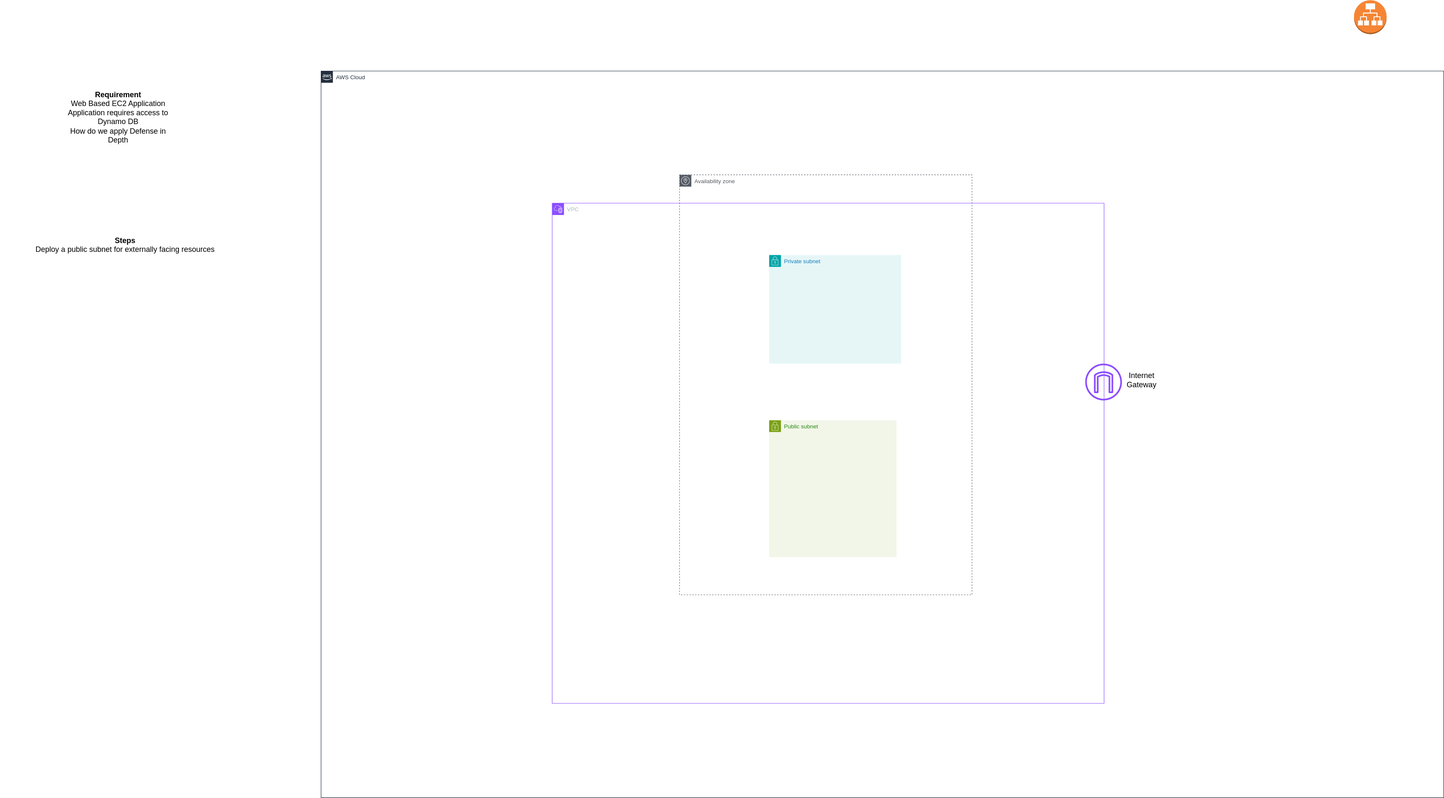
Above: AWS-Scenario1.svg in jeriljon/aws-design (draw.io), before the change. Source tidied: cells renumbered, new cells last; positions are measured from the earlier drawing's top-left corner, leaving out a move shared by most shapes. Its diagram source:
```xml
<mxGraphModel>
  <root>
    <mxCell id="0" />
    <mxCell id="1" parent="0" />
    <mxCell id="2" value="&lt;b&gt;&lt;font style=&quot;font-size: 16px;&quot;&gt;Requirement&lt;/font&gt;&lt;/b&gt;&lt;div&gt;&lt;font style=&quot;font-size: 16px;&quot;&gt;Web Based EC2 Application&lt;/font&gt;&lt;/div&gt;&lt;div&gt;&lt;font style=&quot;font-size: 16px;&quot;&gt;Application requires access to Dynamo DB&lt;/font&gt;&lt;/div&gt;&lt;div&gt;&lt;font style=&quot;font-size: 16px;&quot;&gt;How do we apply Defense in Depth&lt;/font&gt;&lt;/div&gt;&lt;div&gt;&amp;nbsp;&lt;/div&gt;" style="text;html=1;whiteSpace=wrap;strokeColor=none;fillColor=none;align=center;verticalAlign=middle;rounded=0;" parent="1" vertex="1">
      <mxGeometry x="130" y="190" width="240" height="130" as="geometry" />
    </mxCell>
    <mxCell id="3" value="&lt;b&gt;&lt;font style=&quot;font-size: 16px;&quot;&gt;Steps&lt;/font&gt;&lt;/b&gt;&lt;div&gt;&lt;font style=&quot;font-size: 16px;&quot;&gt;Deploy a public subnet for externally facing resources&lt;/font&gt;&lt;/div&gt;&lt;div&gt;&lt;font style=&quot;font-size: 16px;&quot;&gt;&lt;br&gt;&lt;/font&gt;&lt;/div&gt;&lt;div&gt;&lt;br&gt;&lt;/div&gt;" style="text;html=1;whiteSpace=wrap;strokeColor=none;fillColor=none;align=center;verticalAlign=middle;rounded=0;" parent="1" vertex="1">
      <mxGeometry y="420" width="530" height="230" as="geometry" />
    </mxCell>
    <mxCell id="4" value="AWS Cloud" style="gradientColor=none;html=1;whiteSpace=wrap;fontSize=12;fontStyle=0;shape=mxgraph.aws4.group;grIcon=mxgraph.aws4.group_aws_cloud_alt;strokeColor=#232F3E;fillColor=none;verticalAlign=top;align=left;spacingLeft=30;fontColor=#232F3E;dashed=0;" parent="1" vertex="1">
      <mxGeometry x="680" y="150" width="2380" height="1540" as="geometry" />
    </mxCell>
    <mxCell id="5" value="VPC" style="gradientColor=none;html=1;whiteSpace=wrap;fontSize=12;fontStyle=0;shape=mxgraph.aws4.group;grIcon=mxgraph.aws4.group_vpc2;strokeColor=#8C4FFF;fillColor=none;verticalAlign=top;align=left;spacingLeft=30;fontColor=#AAB7B8;dashed=0;" parent="4" vertex="1">
      <mxGeometry x="490" y="280" width="1170" height="1060" as="geometry" />
    </mxCell>
    <mxCell id="6" value="Public subnet" style="gradientColor=none;html=1;whiteSpace=wrap;fontSize=12;fontStyle=0;shape=mxgraph.aws4.group;grIcon=mxgraph.aws4.group_security_group;grStroke=0;strokeColor=#7AA116;fillColor=#F2F6E8;verticalAlign=top;align=left;spacingLeft=30;fontColor=#248814;dashed=0;" parent="5" vertex="1">
      <mxGeometry x="460" y="460" width="270" height="290" as="geometry" />
    </mxCell>
    <mxCell id="7" value="Private subnet" style="gradientColor=none;html=1;whiteSpace=wrap;fontSize=12;fontStyle=0;shape=mxgraph.aws4.group;grIcon=mxgraph.aws4.group_security_group;grStroke=0;strokeColor=#00A4A6;fillColor=#E6F6F7;verticalAlign=top;align=left;spacingLeft=30;fontColor=#147EBA;dashed=0;" parent="5" vertex="1">
      <mxGeometry x="460" y="110" width="280" height="230" as="geometry" />
    </mxCell>
    <mxCell id="8" value="Availability zone" style="sketch=0;gradientColor=none;html=1;whiteSpace=wrap;fontSize=12;fontStyle=0;shape=mxgraph.aws4.group;grIcon=mxgraph.aws4.group_availability_zone;strokeColor=#545B64;fillColor=none;verticalAlign=top;align=left;spacingLeft=30;fontColor=#545B64;dashed=1;" parent="5" vertex="1">
      <mxGeometry x="270" y="-60" width="620" height="890" as="geometry" />
    </mxCell>
    <mxCell id="9" value="&lt;font style=&quot;font-size: 16px;&quot;&gt;Internet Gateway&lt;/font&gt;" style="text;html=1;whiteSpace=wrap;strokeColor=none;fillColor=none;align=center;verticalAlign=middle;rounded=0;" parent="4" vertex="1">
      <mxGeometry x="1710" y="640" width="60" height="30" as="geometry" />
    </mxCell>
    <mxCell id="10" style="dashed=0;verticalLabelPosition=bottom;verticalAlign=top;align=center;html=1;shape=mxgraph.aws3.application_load_balancer;fillColor=#F58534;gradientColor=none;" parent="1" vertex="1">
      <mxGeometry x="2870" width="69" height="72" as="geometry" />
    </mxCell>
    <mxCell id="11" style="sketch=0;fontColor=#232F3E;gradientColor=none;fillColor=#8C4FFF;strokeColor=none;dashed=0;verticalLabelPosition=bottom;verticalAlign=top;align=center;html=1;fontSize=12;fontStyle=0;shape=mxgraph.aws4.internet_gateway;" parent="1" vertex="1">
      <mxGeometry x="2300" y="770" width="78" height="78" as="geometry" />
    </mxCell>
  </root>
</mxGraphModel>
```
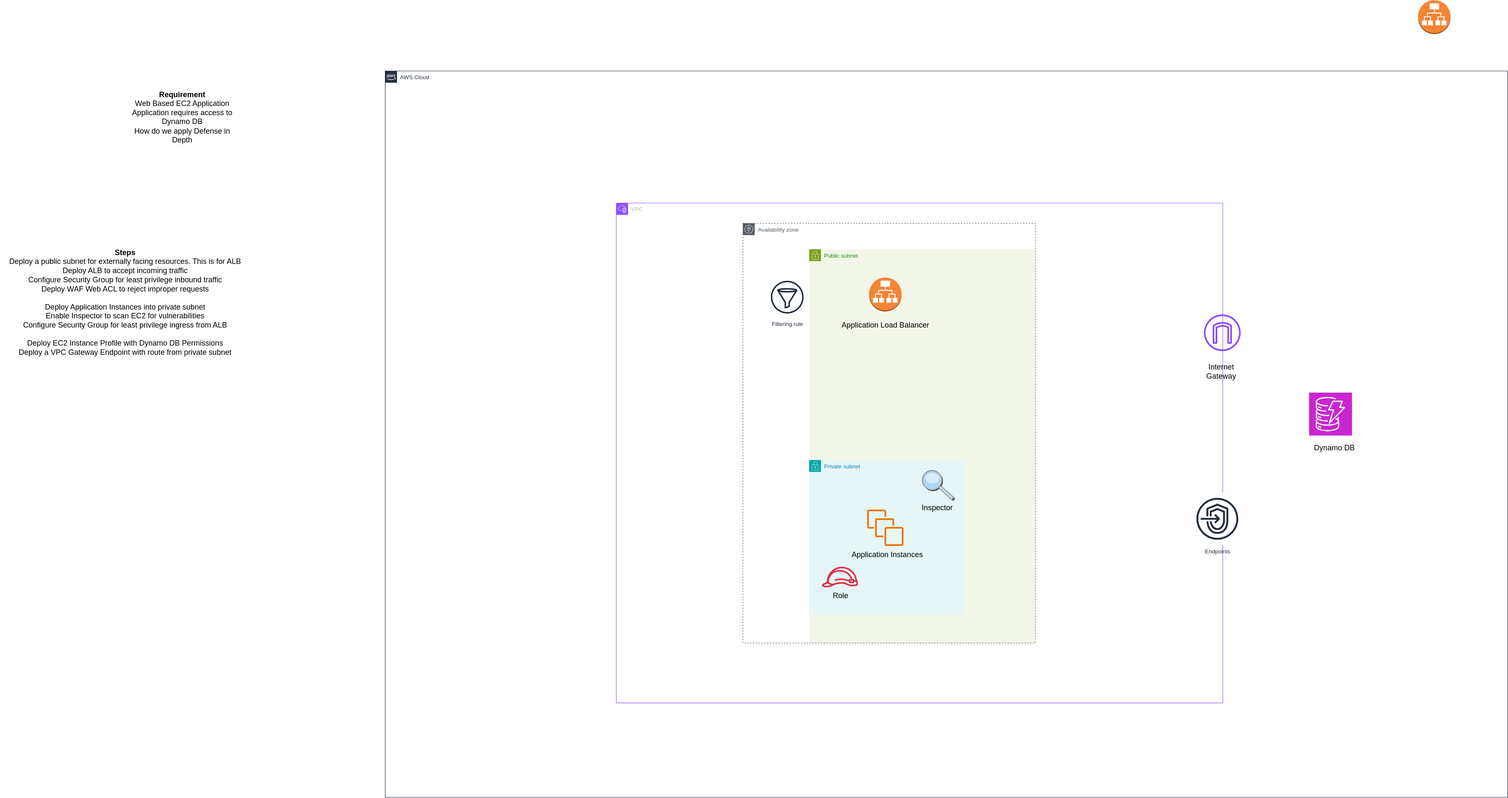
After the commit.

What changed in the source:
```diff
@@ -5,32 +5,68 @@
     <mxCell id="2" value="&lt;b&gt;&lt;font style=&quot;font-size: 16px;&quot;&gt;Requirement&lt;/font&gt;&lt;/b&gt;&lt;div&gt;&lt;font style=&quot;font-size: 16px;&quot;&gt;Web Based EC2 Application&lt;/font&gt;&lt;/div&gt;&lt;div&gt;&lt;font style=&quot;font-size: 16px;&quot;&gt;Application requires access to Dynamo DB&lt;/font&gt;&lt;/div&gt;&lt;div&gt;&lt;font style=&quot;font-size: 16px;&quot;&gt;How do we apply Defense in Depth&lt;/font&gt;&lt;/div&gt;&lt;div&gt;&amp;nbsp;&lt;/div&gt;" style="text;html=1;whiteSpace=wrap;strokeColor=none;fillColor=none;align=center;verticalAlign=middle;rounded=0;" parent="1" vertex="1">
       <mxGeometry x="130" y="190" width="240" height="130" as="geometry" />
     </mxCell>
-    <mxCell id="3" value="&lt;b&gt;&lt;font style=&quot;font-size: 16px;&quot;&gt;Steps&lt;/font&gt;&lt;/b&gt;&lt;div&gt;&lt;font style=&quot;font-size: 16px;&quot;&gt;Deploy a public subnet for externally facing resources&lt;/font&gt;&lt;/div&gt;&lt;div&gt;&lt;font style=&quot;font-size: 16px;&quot;&gt;&lt;br&gt;&lt;/font&gt;&lt;/div&gt;&lt;div&gt;&lt;br&gt;&lt;/div&gt;" style="text;html=1;whiteSpace=wrap;strokeColor=none;fillColor=none;align=center;verticalAlign=middle;rounded=0;" parent="1" vertex="1">
-      <mxGeometry y="420" width="530" height="230" as="geometry" />
+    <mxCell id="3" value="&lt;b&gt;&lt;font style=&quot;font-size: 16px;&quot;&gt;Steps&lt;/font&gt;&lt;/b&gt;&lt;div&gt;&lt;font style=&quot;font-size: 16px;&quot;&gt;Deploy a public subnet for externally facing resources. This is for ALB&lt;/font&gt;&lt;/div&gt;&lt;div&gt;&lt;font style=&quot;font-size: 16px;&quot;&gt;Deploy ALB to accept incoming traffic&lt;/font&gt;&lt;/div&gt;&lt;div&gt;&lt;font style=&quot;font-size: 16px;&quot;&gt;Configure Security Group for least privilege inbound traffic&lt;/font&gt;&lt;/div&gt;&lt;div&gt;&lt;font style=&quot;font-size: 16px;&quot;&gt;Deploy WAF Web ACL to reject improper requests&lt;/font&gt;&lt;/div&gt;&lt;div&gt;&lt;font style=&quot;font-size: 16px;&quot;&gt;&lt;br&gt;&lt;/font&gt;&lt;/div&gt;&lt;div&gt;&lt;font style=&quot;font-size: 16px;&quot;&gt;Deploy Application Instances into private subnet&lt;/font&gt;&lt;/div&gt;&lt;div&gt;&lt;font style=&quot;font-size: 16px;&quot;&gt;Enable Inspector to scan EC2 for vulnerabilities&lt;/font&gt;&lt;/div&gt;&lt;div&gt;&lt;font style=&quot;font-size: 16px;&quot;&gt;Configure Security Group for least privilege ingress from ALB&lt;/font&gt;&lt;/div&gt;&lt;div&gt;&lt;font style=&quot;font-size: 16px;&quot;&gt;&lt;br&gt;&lt;/font&gt;&lt;/div&gt;&lt;div&gt;&lt;font style=&quot;font-size: 16px;&quot;&gt;Deploy EC2 Instance Profile with Dynamo DB Permissions&lt;/font&gt;&lt;/div&gt;&lt;div&gt;&lt;font style=&quot;font-size: 16px;&quot;&gt;Deploy a VPC Gateway Endpoint with route from private subnet&lt;/font&gt;&lt;/div&gt;&lt;div&gt;&lt;font style=&quot;font-size: 16px;&quot;&gt;&lt;br&gt;&lt;/font&gt;&lt;/div&gt;&lt;div&gt;&lt;font style=&quot;font-size: 16px;&quot;&gt;&lt;br&gt;&lt;/font&gt;&lt;/div&gt;&lt;div&gt;&lt;br&gt;&lt;/div&gt;" style="text;html=1;whiteSpace=wrap;strokeColor=none;fillColor=none;align=center;verticalAlign=middle;rounded=0;" parent="1" vertex="1">
+      <mxGeometry x="-136" y="444" width="530" height="446" as="geometry" />
     </mxCell>
     <mxCell id="4" value="AWS Cloud" style="gradientColor=none;html=1;whiteSpace=wrap;fontSize=12;fontStyle=0;shape=mxgraph.aws4.group;grIcon=mxgraph.aws4.group_aws_cloud_alt;strokeColor=#232F3E;fillColor=none;verticalAlign=top;align=left;spacingLeft=30;fontColor=#232F3E;dashed=0;" parent="1" vertex="1">
       <mxGeometry x="680" y="150" width="2380" height="1540" as="geometry" />
     </mxCell>
     <mxCell id="5" value="VPC" style="gradientColor=none;html=1;whiteSpace=wrap;fontSize=12;fontStyle=0;shape=mxgraph.aws4.group;grIcon=mxgraph.aws4.group_vpc2;strokeColor=#8C4FFF;fillColor=none;verticalAlign=top;align=left;spacingLeft=30;fontColor=#AAB7B8;dashed=0;" parent="4" vertex="1">
-      <mxGeometry x="490" y="280" width="1170" height="1060" as="geometry" />
+      <mxGeometry x="490" y="280" width="1286" height="1060" as="geometry" />
     </mxCell>
     <mxCell id="6" value="Public subnet" style="gradientColor=none;html=1;whiteSpace=wrap;fontSize=12;fontStyle=0;shape=mxgraph.aws4.group;grIcon=mxgraph.aws4.group_security_group;grStroke=0;strokeColor=#7AA116;fillColor=#F2F6E8;verticalAlign=top;align=left;spacingLeft=30;fontColor=#248814;dashed=0;" parent="5" vertex="1">
-      <mxGeometry x="460" y="460" width="270" height="290" as="geometry" />
+      <mxGeometry x="409" y="98" width="479.5" height="835" as="geometry" />
     </mxCell>
+    <mxCell id="12" style="dashed=0;verticalLabelPosition=bottom;verticalAlign=top;align=center;html=1;shape=mxgraph.aws3.application_load_balancer;fillColor=#F58536;gradientColor=none;" parent="6" vertex="1">
+      <mxGeometry x="127" y="60" width="69" height="72" as="geometry" />
+    </mxCell>
+    <mxCell id="13" value="&lt;font style=&quot;font-size: 16px;&quot;&gt;Application Load Balancer&lt;/font&gt;" style="text;html=1;whiteSpace=wrap;strokeColor=none;fillColor=none;align=center;verticalAlign=middle;rounded=0;" parent="6" vertex="1">
+      <mxGeometry x="62.5" y="143.5" width="198" height="34" as="geometry" />
+    </mxCell>
+    <mxCell id="8" value="Availability zone" style="sketch=0;gradientColor=none;html=1;whiteSpace=wrap;fontSize=12;fontStyle=0;shape=mxgraph.aws4.group;grIcon=mxgraph.aws4.group_availability_zone;strokeColor=#545B64;fillColor=none;verticalAlign=top;align=left;spacingLeft=30;fontColor=#545B64;dashed=1;" parent="6" vertex="1">
+      <mxGeometry x="-140.5" y="-55" width="620" height="890" as="geometry" />
+    </mxCell>
     <mxCell id="7" value="Private subnet" style="gradientColor=none;html=1;whiteSpace=wrap;fontSize=12;fontStyle=0;shape=mxgraph.aws4.group;grIcon=mxgraph.aws4.group_security_group;grStroke=0;strokeColor=#00A4A6;fillColor=#E6F6F7;verticalAlign=top;align=left;spacingLeft=30;fontColor=#147EBA;dashed=0;" parent="5" vertex="1">
-      <mxGeometry x="460" y="110" width="280" height="230" as="geometry" />
+      <mxGeometry x="409" y="545" width="331" height="328" as="geometry" />
     </mxCell>
-    <mxCell id="8" value="Availability zone" style="sketch=0;gradientColor=none;html=1;whiteSpace=wrap;fontSize=12;fontStyle=0;shape=mxgraph.aws4.group;grIcon=mxgraph.aws4.group_availability_zone;strokeColor=#545B64;fillColor=none;verticalAlign=top;align=left;spacingLeft=30;fontColor=#545B64;dashed=1;" parent="5" vertex="1">
-      <mxGeometry x="270" y="-60" width="620" height="890" as="geometry" />
-    </mxCell>
+    <mxCell id="14" style="sketch=0;fontColor=#232F3E;gradientColor=none;fillColor=#ED7100;strokeColor=none;dashed=0;verticalLabelPosition=bottom;verticalAlign=top;align=center;html=1;fontSize=12;fontStyle=0;shape=mxgraph.aws4.instances;" parent="7" vertex="1">
+      <mxGeometry x="123" y="105" width="77" height="77" as="geometry" />
+    </mxCell>
+    <mxCell id="15" value="&lt;font style=&quot;font-size: 16px;&quot;&gt;Application Instances&lt;/font&gt;" style="text;html=1;whiteSpace=wrap;strokeColor=none;fillColor=none;align=center;verticalAlign=middle;rounded=0;" parent="7" vertex="1">
+      <mxGeometry x="67.5" y="185" width="196" height="30" as="geometry" />
+    </mxCell>
+    <mxCell id="16" style="sketch=0;fontColor=#232F3E;gradientColor=none;fillColor=#DD344C;strokeColor=none;dashed=0;verticalLabelPosition=bottom;verticalAlign=top;align=center;html=1;fontSize=12;fontStyle=0;shape=mxgraph.aws4.role;" parent="7" vertex="1">
+      <mxGeometry x="26" y="226" width="78" height="44" as="geometry" />
+    </mxCell>
+    <mxCell id="17" value="&lt;font style=&quot;font-size: 16px;&quot;&gt;Role&lt;/font&gt;" style="text;html=1;whiteSpace=wrap;strokeColor=none;fillColor=none;align=center;verticalAlign=middle;rounded=0;" parent="7" vertex="1">
+      <mxGeometry x="37" y="272" width="60" height="30" as="geometry" />
+    </mxCell>
+    <mxCell id="18" style="verticalLabelPosition=bottom;sketch=0;html=1;verticalAlign=top;strokeColor=none;align=center;shape=mxgraph.citrix.inspection;" parent="7" vertex="1">
+      <mxGeometry x="239" y="21" width="70" height="65" as="geometry" />
+    </mxCell>
+    <mxCell id="19" value="&lt;font style=&quot;font-size: 16px;&quot;&gt;Inspector&lt;/font&gt;" style="text;html=1;whiteSpace=wrap;strokeColor=none;fillColor=none;align=center;verticalAlign=middle;rounded=0;" parent="7" vertex="1">
+      <mxGeometry x="242" y="86" width="60" height="30" as="geometry" />
+    </mxCell>
+    <mxCell id="20" value="Filtering rule" style="sketch=0;fontColor=#232F3E;gradientColor=none;strokeColor=#232F3E;fillColor=#ffffff;dashed=0;verticalLabelPosition=bottom;verticalAlign=top;align=center;html=1;fontSize=12;fontStyle=0;shape=mxgraph.aws4.resourceIcon;resIcon=mxgraph.aws4.filtering_rule;" parent="5" vertex="1">
+      <mxGeometry x="319" y="156" width="87" height="87" as="geometry" />
+    </mxCell>
-    <mxCell id="9" value="&lt;font style=&quot;font-size: 16px;&quot;&gt;Internet Gateway&lt;/font&gt;" style="text;html=1;whiteSpace=wrap;strokeColor=none;fillColor=none;align=center;verticalAlign=middle;rounded=0;" parent="4" vertex="1">
-      <mxGeometry x="1710" y="640" width="60" height="30" as="geometry" />
+    <mxCell id="9" value="&lt;font style=&quot;font-size: 16px;&quot;&gt;Internet Gateway&lt;/font&gt;" style="text;html=1;whiteSpace=wrap;strokeColor=none;fillColor=none;align=center;verticalAlign=middle;rounded=0;" parent="5" vertex="1">
+      <mxGeometry x="1253" y="342" width="60" height="30" as="geometry" />
     </mxCell>
+    <mxCell id="11" style="sketch=0;fontColor=#232F3E;gradientColor=none;fillColor=#8C4FFF;strokeColor=none;dashed=0;verticalLabelPosition=bottom;verticalAlign=top;align=center;html=1;fontSize=12;fontStyle=0;shape=mxgraph.aws4.internet_gateway;" parent="4" vertex="1">
+      <mxGeometry x="1736" y="516" width="78" height="78" as="geometry" />
+    </mxCell>
+    <mxCell id="21" style="sketch=0;fontColor=#232F3E;fillColor=#C925D1;strokeColor=#ffffff;dashed=0;verticalLabelPosition=bottom;verticalAlign=top;align=center;html=1;fontSize=12;fontStyle=0;shape=mxgraph.aws4.resourceIcon;resIcon=mxgraph.aws4.dynamodb;" parent="4" vertex="1">
+      <mxGeometry x="1959" y="682" width="91" height="91" as="geometry" />
+    </mxCell>
+    <mxCell id="22" value="&lt;font style=&quot;font-size: 16px;&quot;&gt;Dynamo DB&lt;/font&gt;" style="text;html=1;whiteSpace=wrap;strokeColor=none;fillColor=none;align=center;verticalAlign=middle;rounded=0;" parent="4" vertex="1">
+      <mxGeometry x="1941" y="784" width="144" height="30" as="geometry" />
+    </mxCell>
     <mxCell id="10" style="dashed=0;verticalLabelPosition=bottom;verticalAlign=top;align=center;html=1;shape=mxgraph.aws3.application_load_balancer;fillColor=#F58534;gradientColor=none;" parent="1" vertex="1">
       <mxGeometry x="2870" width="69" height="72" as="geometry" />
     </mxCell>
-    <mxCell id="11" style="sketch=0;fontColor=#232F3E;gradientColor=none;fillColor=#8C4FFF;strokeColor=none;dashed=0;verticalLabelPosition=bottom;verticalAlign=top;align=center;html=1;fontSize=12;fontStyle=0;shape=mxgraph.aws4.internet_gateway;" parent="1" vertex="1">
-      <mxGeometry x="2300" y="770" width="78" height="78" as="geometry" />
-    </mxCell>
+    <mxCell id="23" value="Endpoints" style="sketch=0;fontColor=#232F3E;gradientColor=none;strokeColor=#232F3E;fillColor=#ffffff;dashed=0;verticalLabelPosition=bottom;verticalAlign=top;align=center;html=1;fontSize=12;fontStyle=0;shape=mxgraph.aws4.resourceIcon;resIcon=mxgraph.aws4.endpoints;" parent="1" vertex="1">
+      <mxGeometry x="2389" y="1044" width="111" height="111" as="geometry" />
+    </mxCell>
   </root>
 </mxGraphModel>
```
